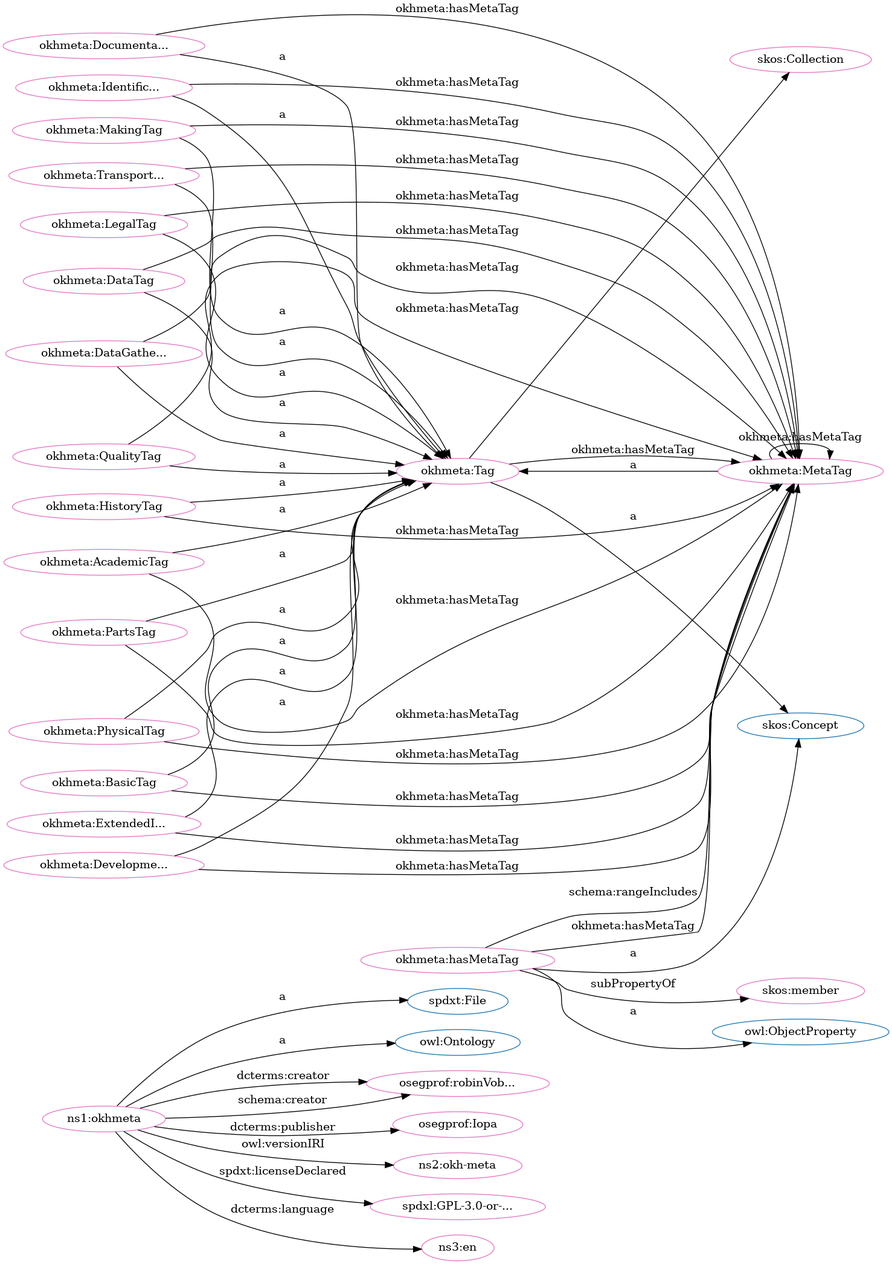
This is src/spec/dot_okh-meta.png from iop-alliance/OpenKnowHow, a Graphviz export, as it was before one commit. Its source is kept beside it as src/spec/dot_okh-meta.dot.
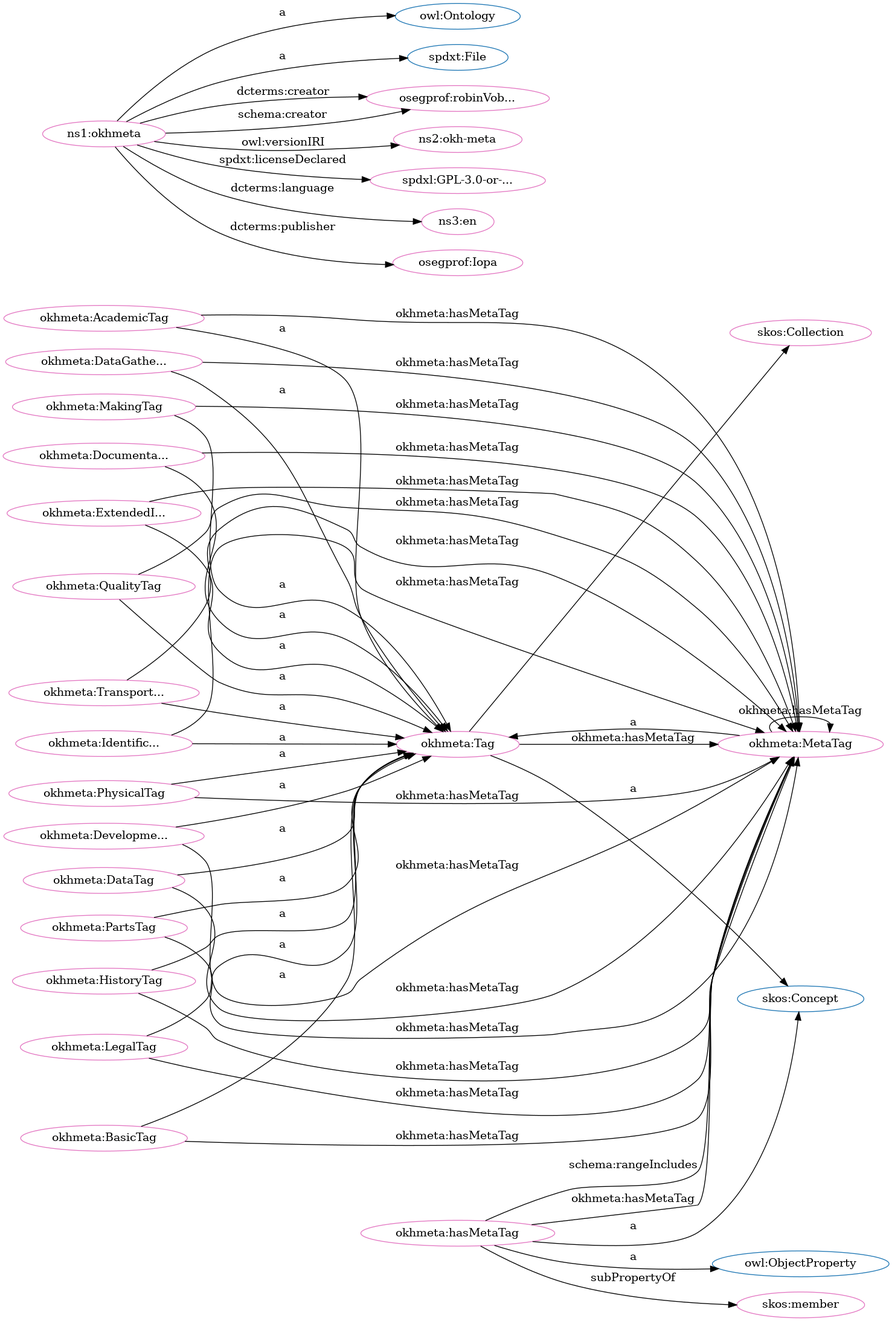
The same diagram one commit later.

Change to the diagram source:
```diff
@@ -1,85 +1,85 @@
 digraph G {
   rankdir=BT
   node[height=.3]
-"http://spdx.org/rdf/terms#File" [fillcolor="#1f77b4" color="#1f77b4" label="spdxt:File"]
 "https://w3id.org/oseg/ont/okhmeta#Tag" [fillcolor="#1f77b4" color="#1f77b4" label="okhmeta:Tag"]
-"http://www.w3.org/2004/02/skos/core#Collection" [fillcolor="#1f77b4" color="#1f77b4" label="skos:Collection"]
 "https://w3id.org/oseg/ont/okhmeta#MetaTag" [fillcolor="#1f77b4" color="#1f77b4" label="okhmeta:MetaTag"]
 "http://www.w3.org/2002/07/owl#Ontology" [fillcolor="#1f77b4" color="#1f77b4" label="owl:Ontology"]
+"http://www.w3.org/2002/07/owl#ObjectProperty" [fillcolor="#1f77b4" color="#1f77b4" label="owl:ObjectProperty"]
+"http://www.w3.org/2004/02/skos/core#Collection" [fillcolor="#1f77b4" color="#1f77b4" label="skos:Collection"]
 "http://www.w3.org/2004/02/skos/core#Concept" [fillcolor="#1f77b4" color="#1f77b4" label="skos:Concept"]
-"http://www.w3.org/2002/07/owl#ObjectProperty" [fillcolor="#1f77b4" color="#1f77b4" label="owl:ObjectProperty"]
+"http://spdx.org/rdf/terms#File" [fillcolor="#1f77b4" color="#1f77b4" label="spdxt:File"]
+"https://w3id.org/oseg/ont/oseg-profiles#robinVobruba" [fillcolor="#e377c2" color="#e377c2" label="osegprof:robinVob..."]
+"https://w3id.org/oseg/ont/okhmeta" [fillcolor="#e377c2" color="#e377c2" label="ns1:okhmeta"]
+"https://w3id.org/oseg/ont/okhmeta#MetaTag" [fillcolor="#e377c2" color="#e377c2" label="okhmeta:MetaTag"]
+"https://w3id.org/oseg/ont/okhmeta#PartsTag" [fillcolor="#e377c2" color="#e377c2" label="okhmeta:PartsTag"]
+"https://w3id.org/oseg/ont/okhmeta#LegalTag" [fillcolor="#e377c2" color="#e377c2" label="okhmeta:LegalTag"]
+"https://w3id.org/oseg/ont/okhmeta#MakingTag" [fillcolor="#e377c2" color="#e377c2" label="okhmeta:MakingTag"]
+"https://w3id.org/oseg/ont/1.1.0/okh-meta" [fillcolor="#e377c2" color="#e377c2" label="ns2:okh-meta"]
 "https://w3id.org/oseg/ont/okhmeta#BasicTag" [fillcolor="#e377c2" color="#e377c2" label="okhmeta:BasicTag"]
-"https://w3id.org/oseg/ont/okhmeta#MetaTag" [fillcolor="#e377c2" color="#e377c2" label="okhmeta:MetaTag"]
+"https://w3id.org/oseg/ont/okhmeta#IdentificationTag" [fillcolor="#e377c2" color="#e377c2" label="okhmeta:Identific..."]
+"https://w3id.org/oseg/ont/okhmeta#AcademicTag" [fillcolor="#e377c2" color="#e377c2" label="okhmeta:AcademicTag"]
+"https://w3id.org/oseg/ont/okhmeta#HistoryTag" [fillcolor="#e377c2" color="#e377c2" label="okhmeta:HistoryTag"]
+"http://www.w3.org/2004/02/skos/core#Collection" [fillcolor="#e377c2" color="#e377c2" label="skos:Collection"]
+"https://w3id.org/oseg/ont/okhmeta#Tag" [fillcolor="#e377c2" color="#e377c2" label="okhmeta:Tag"]
+"https://spdx.org/licenses/GPL-3.0-or-later" [fillcolor="#e377c2" color="#e377c2" label="spdxl:GPL-3.0-or-..."]
+"https://w3id.org/oseg/ont/okhmeta#TransportationTag" [fillcolor="#e377c2" color="#e377c2" label="okhmeta:Transport..."]
+"https://w3id.org/oseg/ont/okhmeta#hasMetaTag" [fillcolor="#e377c2" color="#e377c2" label="okhmeta:hasMetaTag"]
 "https://w3id.org/oseg/ont/okhmeta#ExtendedInfoTag" [fillcolor="#e377c2" color="#e377c2" label="okhmeta:ExtendedI..."]
+"http://www.w3.org/2004/02/skos/core#member" [fillcolor="#e377c2" color="#e377c2" label="skos:member"]
+"https://w3id.org/oseg/ont/okhmeta#DocumentationTag" [fillcolor="#e377c2" color="#e377c2" label="okhmeta:Documenta..."]
+"https://w3id.org/oseg/ont/okhmeta#DataTag" [fillcolor="#e377c2" color="#e377c2" label="okhmeta:DataTag"]
+"http://id.loc.gov/vocabulary/iso639-1/en" [fillcolor="#e377c2" color="#e377c2" label="ns3:en"]
+"https://w3id.org/oseg/ont/okhmeta#PhysicalTag" [fillcolor="#e377c2" color="#e377c2" label="okhmeta:PhysicalTag"]
+"https://w3id.org/oseg/ont/oseg-profiles#Iopa" [fillcolor="#e377c2" color="#e377c2" label="osegprof:Iopa"]
 "https://w3id.org/oseg/ont/okhmeta#DevelopmentTag" [fillcolor="#e377c2" color="#e377c2" label="okhmeta:Developme..."]
 "https://w3id.org/oseg/ont/okhmeta#QualityTag" [fillcolor="#e377c2" color="#e377c2" label="okhmeta:QualityTag"]
-"https://w3id.org/oseg/ont/oseg-profiles#robinVobruba" [fillcolor="#e377c2" color="#e377c2" label="osegprof:robinVob..."]
-"https://w3id.org/oseg/ont/okhmeta#hasMetaTag" [fillcolor="#e377c2" color="#e377c2" label="okhmeta:hasMetaTag"]
-"https://w3id.org/oseg/ont/okhmeta#IdentificationTag" [fillcolor="#e377c2" color="#e377c2" label="okhmeta:Identific..."]
-"https://w3id.org/oseg/ont/okhmeta#PhysicalTag" [fillcolor="#e377c2" color="#e377c2" label="okhmeta:PhysicalTag"]
-"https://w3id.org/oseg/ont/okhmeta#HistoryTag" [fillcolor="#e377c2" color="#e377c2" label="okhmeta:HistoryTag"]
-"https://w3id.org/oseg/ont/okhmeta#MakingTag" [fillcolor="#e377c2" color="#e377c2" label="okhmeta:MakingTag"]
-"https://w3id.org/oseg/ont/okhmeta#DocumentationTag" [fillcolor="#e377c2" color="#e377c2" label="okhmeta:Documenta..."]
-"https://w3id.org/oseg/ont/oseg-profiles#Iopa" [fillcolor="#e377c2" color="#e377c2" label="osegprof:Iopa"]
 "https://w3id.org/oseg/ont/okhmeta#DataGatheringTag" [fillcolor="#e377c2" color="#e377c2" label="okhmeta:DataGathe..."]
-"http://www.w3.org/2004/02/skos/core#Collection" [fillcolor="#e377c2" color="#e377c2" label="skos:Collection"]
-"https://w3id.org/oseg/ont/okhmeta#Tag" [fillcolor="#e377c2" color="#e377c2" label="okhmeta:Tag"]
-"http://www.w3.org/2004/02/skos/core#member" [fillcolor="#e377c2" color="#e377c2" label="skos:member"]
-"https://w3id.org/oseg/ont/okhmeta#LegalTag" [fillcolor="#e377c2" color="#e377c2" label="okhmeta:LegalTag"]
-"https://w3id.org/oseg/ont/okhmeta" [fillcolor="#e377c2" color="#e377c2" label="ns1:okhmeta"]
-"https://w3id.org/oseg/ont/okhmeta#TransportationTag" [fillcolor="#e377c2" color="#e377c2" label="okhmeta:Transport..."]
-"https://w3id.org/oseg/ont/1.1.0/okh-meta" [fillcolor="#e377c2" color="#e377c2" label="ns2:okh-meta"]
-"https://w3id.org/oseg/ont/okhmeta#DataTag" [fillcolor="#e377c2" color="#e377c2" label="okhmeta:DataTag"]
-"https://spdx.org/licenses/GPL-3.0-or-later" [fillcolor="#e377c2" color="#e377c2" label="spdxl:GPL-3.0-or-..."]
-"https://w3id.org/oseg/ont/okhmeta#PartsTag" [fillcolor="#e377c2" color="#e377c2" label="okhmeta:PartsTag"]
-"https://w3id.org/oseg/ont/okhmeta#AcademicTag" [fillcolor="#e377c2" color="#e377c2" label="okhmeta:AcademicTag"]
-"http://id.loc.gov/vocabulary/iso639-1/en" [fillcolor="#e377c2" color="#e377c2" label="ns3:en"]
+  "https://w3id.org/oseg/ont/okhmeta" -> "https://w3id.org/oseg/ont/oseg-profiles#robinVobruba" [label="dcterms:creator"]
+  "https://w3id.org/oseg/ont/okhmeta" -> "http://www.w3.org/2002/07/owl#Ontology" [label="a"]
+  "https://w3id.org/oseg/ont/okhmeta#MetaTag" -> "https://w3id.org/oseg/ont/okhmeta#MetaTag" [label="okhmeta:hasMetaTag"]
+  "https://w3id.org/oseg/ont/okhmeta#ExtendedInfoTag" -> "https://w3id.org/oseg/ont/okhmeta#MetaTag" [label="okhmeta:hasMetaTag"]
+  "https://w3id.org/oseg/ont/okhmeta" -> "https://w3id.org/oseg/ont/1.1.0/okh-meta" [label="owl:versionIRI"]
+  "https://w3id.org/oseg/ont/okhmeta#hasMetaTag" -> "https://w3id.org/oseg/ont/okhmeta#MetaTag" [label="schema:rangeIncludes"]
   "https://w3id.org/oseg/ont/okhmeta#BasicTag" -> "https://w3id.org/oseg/ont/okhmeta#Tag" [label="a"]
+  "https://w3id.org/oseg/ont/okhmeta#IdentificationTag" -> "https://w3id.org/oseg/ont/okhmeta#Tag" [label="a"]
+  "https://w3id.org/oseg/ont/okhmeta#hasMetaTag" -> "https://w3id.org/oseg/ont/okhmeta#MetaTag" [label="okhmeta:hasMetaTag"]
+  "https://w3id.org/oseg/ont/okhmeta#DataTag" -> "https://w3id.org/oseg/ont/okhmeta#MetaTag" [label="okhmeta:hasMetaTag"]
+  "https://w3id.org/oseg/ont/okhmeta#HistoryTag" -> "https://w3id.org/oseg/ont/okhmeta#Tag" [label="a"]
+  "https://w3id.org/oseg/ont/okhmeta" -> "https://spdx.org/licenses/GPL-3.0-or-later" [label="spdxt:licenseDeclared"]
+  "https://w3id.org/oseg/ont/okhmeta#TransportationTag" -> "https://w3id.org/oseg/ont/okhmeta#Tag" [label="a"]
+  "https://w3id.org/oseg/ont/okhmeta#DevelopmentTag" -> "https://w3id.org/oseg/ont/okhmeta#MetaTag" [label="okhmeta:hasMetaTag"]
+  "https://w3id.org/oseg/ont/okhmeta#hasMetaTag" -> "http://www.w3.org/2002/07/owl#ObjectProperty" [label="a"]
+  "https://w3id.org/oseg/ont/okhmeta#DataGatheringTag" -> "https://w3id.org/oseg/ont/okhmeta#MetaTag" [label="okhmeta:hasMetaTag"]
+  "https://w3id.org/oseg/ont/okhmeta#HistoryTag" -> "https://w3id.org/oseg/ont/okhmeta#MetaTag" [label="okhmeta:hasMetaTag"]
+  "https://w3id.org/oseg/ont/okhmeta#DocumentationTag" -> "https://w3id.org/oseg/ont/okhmeta#Tag" [label="a"]
+  "https://w3id.org/oseg/ont/okhmeta#TransportationTag" -> "https://w3id.org/oseg/ont/okhmeta#MetaTag" [label="okhmeta:hasMetaTag"]
+  "https://w3id.org/oseg/ont/okhmeta#Tag" -> "https://w3id.org/oseg/ont/okhmeta#MetaTag" [label="okhmeta:hasMetaTag"]
+  "https://w3id.org/oseg/ont/okhmeta#LegalTag" -> "https://w3id.org/oseg/ont/okhmeta#MetaTag" [label="okhmeta:hasMetaTag"]
+  "https://w3id.org/oseg/ont/okhmeta#PhysicalTag" -> "https://w3id.org/oseg/ont/okhmeta#Tag" [label="a"]
+  "https://w3id.org/oseg/ont/okhmeta" -> "http://id.loc.gov/vocabulary/iso639-1/en" [label="dcterms:language"]
+  "https://w3id.org/oseg/ont/okhmeta" -> "https://w3id.org/oseg/ont/oseg-profiles#Iopa" [label="dcterms:publisher"]
+  "https://w3id.org/oseg/ont/okhmeta#BasicTag" -> "https://w3id.org/oseg/ont/okhmeta#MetaTag" [label="okhmeta:hasMetaTag"]
+  "https://w3id.org/oseg/ont/okhmeta#QualityTag" -> "https://w3id.org/oseg/ont/okhmeta#Tag" [label="a"]
+  "https://w3id.org/oseg/ont/okhmeta#AcademicTag" -> "https://w3id.org/oseg/ont/okhmeta#MetaTag" [label="okhmeta:hasMetaTag"]
+  "https://w3id.org/oseg/ont/okhmeta#QualityTag" -> "https://w3id.org/oseg/ont/okhmeta#MetaTag" [label="okhmeta:hasMetaTag"]
+  "https://w3id.org/oseg/ont/okhmeta#PartsTag" -> "https://w3id.org/oseg/ont/okhmeta#Tag" [label="a"]
+  "https://w3id.org/oseg/ont/okhmeta#LegalTag" -> "https://w3id.org/oseg/ont/okhmeta#Tag" [label="a"]
+  "https://w3id.org/oseg/ont/okhmeta#MakingTag" -> "https://w3id.org/oseg/ont/okhmeta#Tag" [label="a"]
+  "https://w3id.org/oseg/ont/okhmeta" -> "https://w3id.org/oseg/ont/oseg-profiles#robinVobruba" [label="schema:creator"]
+  "https://w3id.org/oseg/ont/okhmeta#AcademicTag" -> "https://w3id.org/oseg/ont/okhmeta#Tag" [label="a"]
+  "https://w3id.org/oseg/ont/okhmeta#DocumentationTag" -> "https://w3id.org/oseg/ont/okhmeta#MetaTag" [label="okhmeta:hasMetaTag"]
+  "https://w3id.org/oseg/ont/okhmeta#PartsTag" -> "https://w3id.org/oseg/ont/okhmeta#MetaTag" [label="okhmeta:hasMetaTag"]
+  "https://w3id.org/oseg/ont/okhmeta#MakingTag" -> "https://w3id.org/oseg/ont/okhmeta#MetaTag" [label="okhmeta:hasMetaTag"]
+  "https://w3id.org/oseg/ont/okhmeta#Tag" -> "http://www.w3.org/2004/02/skos/core#Collection" [label=""]
+  "https://w3id.org/oseg/ont/okhmeta#Tag" -> "http://www.w3.org/2004/02/skos/core#Concept" [label="a"]
+  "https://w3id.org/oseg/ont/okhmeta#PhysicalTag" -> "https://w3id.org/oseg/ont/okhmeta#MetaTag" [label="okhmeta:hasMetaTag"]
+  "https://w3id.org/oseg/ont/okhmeta#hasMetaTag" -> "http://www.w3.org/2004/02/skos/core#Concept" [label="a"]
+  "https://w3id.org/oseg/ont/okhmeta" -> "http://spdx.org/rdf/terms#File" [label="a"]
+  "https://w3id.org/oseg/ont/okhmeta#MetaTag" -> "https://w3id.org/oseg/ont/okhmeta#Tag" [label="a"]
   "https://w3id.org/oseg/ont/okhmeta#ExtendedInfoTag" -> "https://w3id.org/oseg/ont/okhmeta#Tag" [label="a"]
-  "https://w3id.org/oseg/ont/okhmeta#hasMetaTag" -> "https://w3id.org/oseg/ont/okhmeta#MetaTag" [label="schema:rangeIncludes"]
-  "https://w3id.org/oseg/ont/okhmeta#MetaTag" -> "https://w3id.org/oseg/ont/okhmeta#Tag" [label="a"]
-  "https://w3id.org/oseg/ont/okhmeta" -> "https://w3id.org/oseg/ont/oseg-profiles#robinVobruba" [label="dcterms:creator"]
-  "https://w3id.org/oseg/ont/okhmeta#hasMetaTag" -> "http://www.w3.org/2002/07/owl#ObjectProperty" [label="a"]
-  "https://w3id.org/oseg/ont/okhmeta#IdentificationTag" -> "https://w3id.org/oseg/ont/okhmeta#Tag" [label="a"]
-  "https://w3id.org/oseg/ont/okhmeta#HistoryTag" -> "https://w3id.org/oseg/ont/okhmeta#Tag" [label="a"]
-  "https://w3id.org/oseg/ont/okhmeta#DevelopmentTag" -> "https://w3id.org/oseg/ont/okhmeta#MetaTag" [label="okhmeta:hasMetaTag"]
-  "https://w3id.org/oseg/ont/okhmeta#QualityTag" -> "https://w3id.org/oseg/ont/okhmeta#MetaTag" [label="okhmeta:hasMetaTag"]
-  "https://w3id.org/oseg/ont/okhmeta#AcademicTag" -> "https://w3id.org/oseg/ont/okhmeta#MetaTag" [label="okhmeta:hasMetaTag"]
-  "https://w3id.org/oseg/ont/okhmeta#DocumentationTag" -> "https://w3id.org/oseg/ont/okhmeta#Tag" [label="a"]
-  "https://w3id.org/oseg/ont/okhmeta#ExtendedInfoTag" -> "https://w3id.org/oseg/ont/okhmeta#MetaTag" [label="okhmeta:hasMetaTag"]
-  "https://w3id.org/oseg/ont/okhmeta#Tag" -> "http://www.w3.org/2004/02/skos/core#Collection" [label=""]
   "https://w3id.org/oseg/ont/okhmeta#hasMetaTag" -> "http://www.w3.org/2004/02/skos/core#member" [label="subPropertyOf"]
-  "https://w3id.org/oseg/ont/okhmeta#LegalTag" -> "https://w3id.org/oseg/ont/okhmeta#Tag" [label="a"]
-  "https://w3id.org/oseg/ont/okhmeta#DataGatheringTag" -> "https://w3id.org/oseg/ont/okhmeta#MetaTag" [label="okhmeta:hasMetaTag"]
-  "https://w3id.org/oseg/ont/okhmeta#MetaTag" -> "https://w3id.org/oseg/ont/okhmeta#MetaTag" [label="okhmeta:hasMetaTag"]
-  "https://w3id.org/oseg/ont/okhmeta" -> "https://w3id.org/oseg/ont/1.1.0/okh-meta" [label="owl:versionIRI"]
   "https://w3id.org/oseg/ont/okhmeta#DataTag" -> "https://w3id.org/oseg/ont/okhmeta#Tag" [label="a"]
-  "https://w3id.org/oseg/ont/okhmeta#LegalTag" -> "https://w3id.org/oseg/ont/okhmeta#MetaTag" [label="okhmeta:hasMetaTag"]
-  "https://w3id.org/oseg/ont/okhmeta#TransportationTag" -> "https://w3id.org/oseg/ont/okhmeta#MetaTag" [label="okhmeta:hasMetaTag"]
-  "https://w3id.org/oseg/ont/okhmeta#DataTag" -> "https://w3id.org/oseg/ont/okhmeta#MetaTag" [label="okhmeta:hasMetaTag"]
-  "https://w3id.org/oseg/ont/okhmeta" -> "http://id.loc.gov/vocabulary/iso639-1/en" [label="dcterms:language"]
-  "https://w3id.org/oseg/ont/okhmeta#PartsTag" -> "https://w3id.org/oseg/ont/okhmeta#MetaTag" [label="okhmeta:hasMetaTag"]
-  "https://w3id.org/oseg/ont/okhmeta#HistoryTag" -> "https://w3id.org/oseg/ont/okhmeta#MetaTag" [label="okhmeta:hasMetaTag"]
-  "https://w3id.org/oseg/ont/okhmeta#PhysicalTag" -> "https://w3id.org/oseg/ont/okhmeta#MetaTag" [label="okhmeta:hasMetaTag"]
-  "https://w3id.org/oseg/ont/okhmeta#MakingTag" -> "https://w3id.org/oseg/ont/okhmeta#MetaTag" [label="okhmeta:hasMetaTag"]
+  "https://w3id.org/oseg/ont/okhmeta#IdentificationTag" -> "https://w3id.org/oseg/ont/okhmeta#MetaTag" [label="okhmeta:hasMetaTag"]
   "https://w3id.org/oseg/ont/okhmeta#DevelopmentTag" -> "https://w3id.org/oseg/ont/okhmeta#Tag" [label="a"]
-  "https://w3id.org/oseg/ont/okhmeta#QualityTag" -> "https://w3id.org/oseg/ont/okhmeta#Tag" [label="a"]
-  "https://w3id.org/oseg/ont/okhmeta#PhysicalTag" -> "https://w3id.org/oseg/ont/okhmeta#Tag" [label="a"]
-  "https://w3id.org/oseg/ont/okhmeta#MakingTag" -> "https://w3id.org/oseg/ont/okhmeta#Tag" [label="a"]
-  "https://w3id.org/oseg/ont/okhmeta#hasMetaTag" -> "http://www.w3.org/2004/02/skos/core#Concept" [label="a"]
-  "https://w3id.org/oseg/ont/okhmeta#IdentificationTag" -> "https://w3id.org/oseg/ont/okhmeta#MetaTag" [label="okhmeta:hasMetaTag"]
-  "https://w3id.org/oseg/ont/okhmeta" -> "https://w3id.org/oseg/ont/oseg-profiles#Iopa" [label="dcterms:publisher"]
   "https://w3id.org/oseg/ont/okhmeta#DataGatheringTag" -> "https://w3id.org/oseg/ont/okhmeta#Tag" [label="a"]
-  "https://w3id.org/oseg/ont/okhmeta#Tag" -> "http://www.w3.org/2004/02/skos/core#Concept" [label="a"]
-  "https://w3id.org/oseg/ont/okhmeta#BasicTag" -> "https://w3id.org/oseg/ont/okhmeta#MetaTag" [label="okhmeta:hasMetaTag"]
-  "https://w3id.org/oseg/ont/okhmeta" -> "http://www.w3.org/2002/07/owl#Ontology" [label="a"]
-  "https://w3id.org/oseg/ont/okhmeta" -> "http://spdx.org/rdf/terms#File" [label="a"]
-  "https://w3id.org/oseg/ont/okhmeta#TransportationTag" -> "https://w3id.org/oseg/ont/okhmeta#Tag" [label="a"]
-  "https://w3id.org/oseg/ont/okhmeta#hasMetaTag" -> "https://w3id.org/oseg/ont/okhmeta#MetaTag" [label="okhmeta:hasMetaTag"]
-  "https://w3id.org/oseg/ont/okhmeta#DocumentationTag" -> "https://w3id.org/oseg/ont/okhmeta#MetaTag" [label="okhmeta:hasMetaTag"]
-  "https://w3id.org/oseg/ont/okhmeta" -> "https://spdx.org/licenses/GPL-3.0-or-later" [label="spdxt:licenseDeclared"]
-  "https://w3id.org/oseg/ont/okhmeta#Tag" -> "https://w3id.org/oseg/ont/okhmeta#MetaTag" [label="okhmeta:hasMetaTag"]
-  "https://w3id.org/oseg/ont/okhmeta#PartsTag" -> "https://w3id.org/oseg/ont/okhmeta#Tag" [label="a"]
-  "https://w3id.org/oseg/ont/okhmeta#AcademicTag" -> "https://w3id.org/oseg/ont/okhmeta#Tag" [label="a"]
-  "https://w3id.org/oseg/ont/okhmeta" -> "https://w3id.org/oseg/ont/oseg-profiles#robinVobruba" [label="schema:creator"]
 }
```
